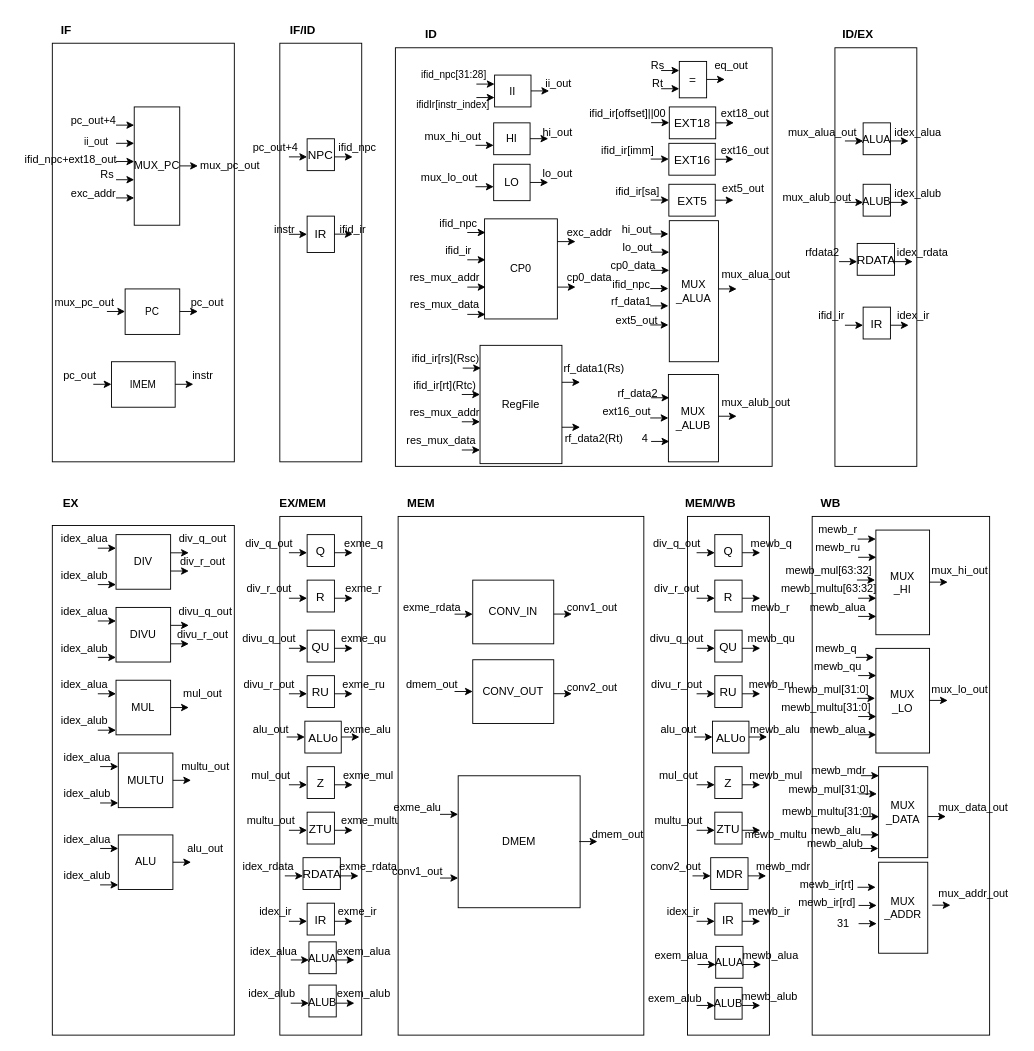
Raxio-Z/VGA_Game keeps this draw.io diagram as 未命名绘图.drawio. Above is the earlier version. Source tidied: cells renumbered, new cells numbered last; positions are measured from the earlier drawing's top-left corner, leaving out a move shared by most shapes. Both pictures are drawn from the tidied source at 91%, with x=0, y=0 at pixel (15, 15).
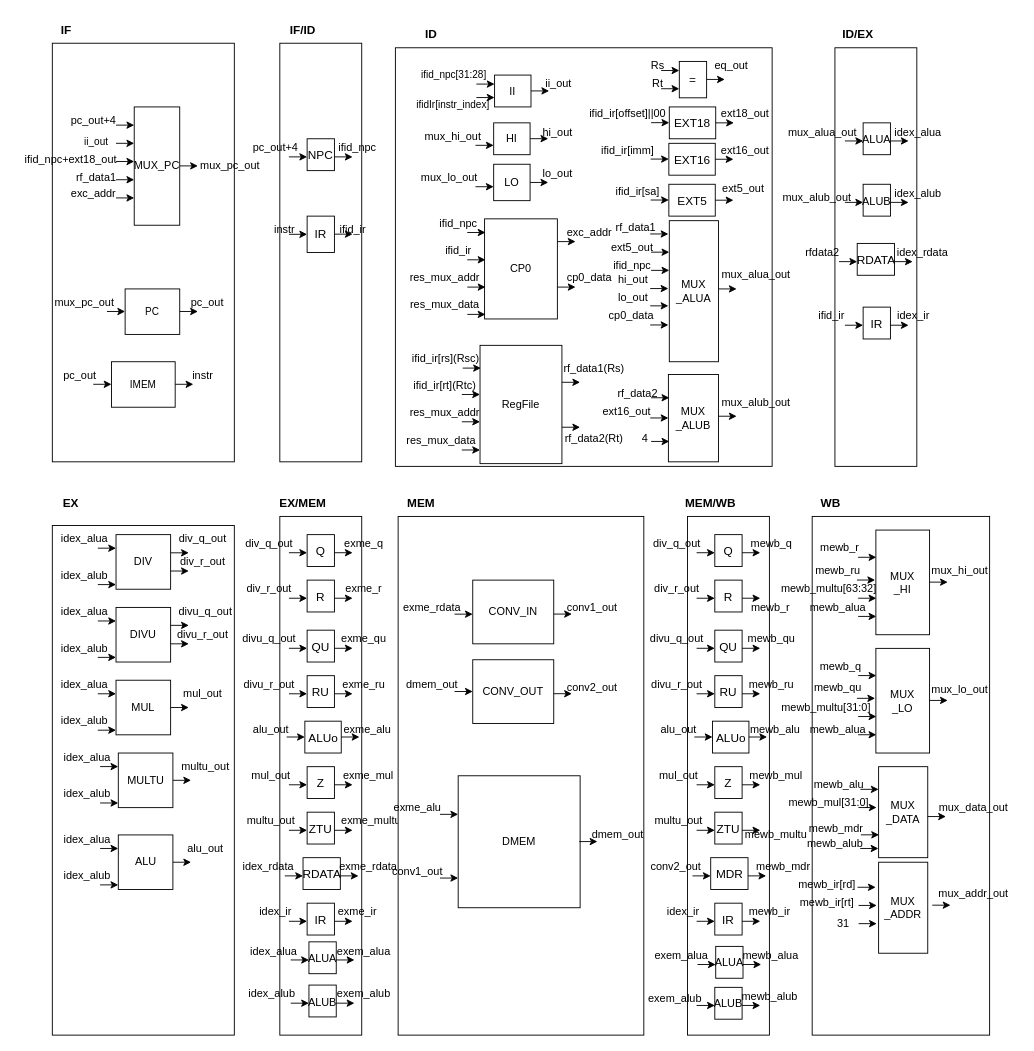
After the change.

Commit message:
更新未命名绘图.drawio

What changed in the source:
```diff
@@
-    <mxCell id="12" value="Rs" style="text;html=1;align=center;verticalAlign=middle;fillColor=none;strokeColor=none;rounded=0;" parent="1" vertex="1">
-      <mxGeometry x="80" y="160" width="40" height="30" as="geometry" />
+    <mxCell id="12" value="rf_data1" style="text;html=1;align=center;verticalAlign=middle;fillColor=none;strokeColor=none;rounded=0;" parent="1" vertex="1">
+      <mxGeometry x="52.5" y="163" width="70" height="30" as="geometry" />
     </mxCell>
@@
     <mxCell id="95" value="hi_out" style="text;html=1;align=center;verticalAlign=middle;fillColor=none;strokeColor=none;rounded=0;" parent="1" vertex="1">
-      <mxGeometry x="652" y="220" width="60" height="30" as="geometry" />
+      <mxGeometry x="648" y="275" width="60" height="30" as="geometry" />
     </mxCell>
@@
     <mxCell id="97" value="lo_out" style="text;html=1;align=center;verticalAlign=middle;fillColor=none;strokeColor=none;rounded=0;" parent="1" vertex="1">
-      <mxGeometry x="653" y="240" width="60" height="30" as="geometry" />
+      <mxGeometry x="648" y="295" width="60" height="30" as="geometry" />
     </mxCell>
@@
     <mxCell id="99" value="cp0_data" style="text;html=1;align=center;verticalAlign=middle;fillColor=none;strokeColor=none;rounded=0;" parent="1" vertex="1">
-      <mxGeometry x="643" y="260" width="70" height="30" as="geometry" />
+      <mxGeometry x="641" y="315" width="70" height="30" as="geometry" />
     </mxCell>
@@
     <mxCell id="101" value="ifid_npc" style="text;html=1;align=center;verticalAlign=middle;fillColor=none;strokeColor=none;rounded=0;" parent="1" vertex="1">
-      <mxGeometry x="646" y="280" width="60" height="30" as="geometry" />
+      <mxGeometry x="646.5" y="260" width="60" height="30" as="geometry" />
     </mxCell>
@@
     <mxCell id="103" value="rf_data1" style="text;html=1;align=center;verticalAlign=middle;fillColor=none;strokeColor=none;rounded=0;" parent="1" vertex="1">
-      <mxGeometry x="641" y="299" width="70" height="30" as="geometry" />
+      <mxGeometry x="646" y="217.5" width="70" height="30" as="geometry" />
     </mxCell>
@@
     <mxCell id="105" value="ext5_out" style="text;html=1;align=center;verticalAlign=middle;fillColor=none;strokeColor=none;rounded=0;" parent="1" vertex="1">
-      <mxGeometry x="647" y="320" width="70" height="30" as="geometry" />
+      <mxGeometry x="641.5" y="240" width="70" height="30" as="geometry" />
     </mxCell>
@@
     <mxCell id="298" value="mewb_ru" style="text;html=1;align=center;verticalAlign=middle;fillColor=none;strokeColor=none;rounded=0;" parent="1" vertex="1">
-      <mxGeometry x="868" y="570" width="70" height="30" as="geometry" />
+      <mxGeometry x="868" y="595" width="70" height="30" as="geometry" />
     </mxCell>
@@
-    <mxCell id="300" value="mewb_mul[63:32]" style="text;html=1;align=center;verticalAlign=middle;fillColor=none;strokeColor=none;rounded=0;" parent="1" vertex="1">
-      <mxGeometry x="833" y="595" width="120" height="30" as="geometry" />
-    </mxCell>
@@
     <mxCell id="309" value="mewb_qu" style="text;html=1;align=center;verticalAlign=middle;fillColor=none;strokeColor=none;rounded=0;" parent="1" vertex="1">
-      <mxGeometry x="863" y="700" width="80" height="30" as="geometry" />
+      <mxGeometry x="863" y="722.5" width="80" height="30" as="geometry" />
     </mxCell>
@@
-    <mxCell id="311" value="mewb_mul[31:0]" style="text;html=1;align=center;verticalAlign=middle;fillColor=none;strokeColor=none;rounded=0;" parent="1" vertex="1">
-      <mxGeometry x="838" y="725" width="110" height="30" as="geometry" />
-    </mxCell>
@@
-    <mxCell id="318" style="edgeStyle=none;orthogonalLoop=1;jettySize=auto;html=1;rounded=0;" parent="1" edge="1">
-      <mxGeometry relative="1" as="geometry">
-        <mxPoint x="925" y="574.9" as="sourcePoint" />
-        <mxPoint x="945" y="574.9" as="targetPoint" />
-      </mxGeometry>
-    </mxCell>
     <mxCell id="319" value="mewb_r" style="text;html=1;align=center;verticalAlign=middle;fillColor=none;strokeColor=none;rounded=0;" parent="1" vertex="1">
-      <mxGeometry x="867.5" y="550" width="70" height="30" as="geometry" />
+      <mxGeometry x="870" y="570" width="70" height="30" as="geometry" />
     </mxCell>
-    <mxCell id="320" style="edgeStyle=none;orthogonalLoop=1;jettySize=auto;html=1;rounded=0;" parent="1" edge="1">
-      <mxGeometry relative="1" as="geometry">
-        <mxPoint x="923" y="704.9" as="sourcePoint" />
-        <mxPoint x="943" y="704.9" as="targetPoint" />
-      </mxGeometry>
-    </mxCell>
     <mxCell id="321" value="mewb_q" style="text;html=1;align=center;verticalAlign=middle;fillColor=none;strokeColor=none;rounded=0;" parent="1" vertex="1">
-      <mxGeometry x="865.5" y="680" width="70" height="30" as="geometry" />
+      <mxGeometry x="871" y="700" width="70" height="30" as="geometry" />
     </mxCell>
@@
     <mxCell id="323" style="edgeStyle=none;orthogonalLoop=1;jettySize=auto;html=1;rounded=0;" parent="1" edge="1">
       <mxGeometry relative="1" as="geometry">
-        <mxPoint x="928.5" y="834.9" as="sourcePoint" />
-        <mxPoint x="948.5" y="834.9" as="targetPoint" />
+        <mxPoint x="928" y="849.9" as="sourcePoint" />
+        <mxPoint x="948" y="849.9" as="targetPoint" />
       </mxGeometry>
     </mxCell>
-    <mxCell id="324" value="mewb_mdr" style="text;html=1;align=center;verticalAlign=middle;fillColor=none;strokeColor=none;rounded=0;" parent="1" vertex="1">
-      <mxGeometry x="864" y="815" width="80" height="30" as="geometry" />
+    <mxCell id="324" value="mewb_alu" style="text;html=1;align=center;verticalAlign=middle;fillColor=none;strokeColor=none;rounded=0;" parent="1" vertex="1">
+      <mxGeometry x="863.5" y="830" width="80" height="30" as="geometry" />
     </mxCell>
     <mxCell id="325" style="edgeStyle=none;orthogonalLoop=1;jettySize=auto;html=1;rounded=0;" parent="1" edge="1">
       <mxGeometry relative="1" as="geometry">
-        <mxPoint x="926.2" y="854.9" as="sourcePoint" />
-        <mxPoint x="946.2" y="854.9" as="targetPoint" />
+        <mxPoint x="925.8" y="869.9" as="sourcePoint" />
+        <mxPoint x="945.8" y="869.9" as="targetPoint" />
       </mxGeometry>
     </mxCell>
     <mxCell id="326" value="mewb_mul[31:0]" style="text;html=1;align=center;verticalAlign=middle;fillColor=none;strokeColor=none;rounded=0;" parent="1" vertex="1">
-      <mxGeometry x="838" y="835" width="110" height="30" as="geometry" />
+      <mxGeometry x="837.5" y="850" width="110" height="30" as="geometry" />
     </mxCell>
-    <mxCell id="327" style="edgeStyle=none;orthogonalLoop=1;jettySize=auto;html=1;rounded=0;" parent="1" edge="1">
-      <mxGeometry relative="1" as="geometry">
-        <mxPoint x="928.5" y="879.9" as="sourcePoint" />
-        <mxPoint x="948.5" y="879.9" as="targetPoint" />
-      </mxGeometry>
-    </mxCell>
-    <mxCell id="328" value="mewb_multu[31:0]" style="text;html=1;align=center;verticalAlign=middle;fillColor=none;strokeColor=none;rounded=0;" parent="1" vertex="1">
-      <mxGeometry x="831" y="860" width="120" height="30" as="geometry" />
-    </mxCell>
@@
-    <mxCell id="330" value="mewb_alu" style="text;html=1;align=center;verticalAlign=middle;fillColor=none;strokeColor=none;rounded=0;" parent="1" vertex="1">
-      <mxGeometry x="861" y="880" width="80" height="30" as="geometry" />
+    <mxCell id="330" value="mewb_mdr" style="text;html=1;align=center;verticalAlign=middle;fillColor=none;strokeColor=none;rounded=0;" parent="1" vertex="1">
+      <mxGeometry x="861" y="877.5" width="80" height="30" as="geometry" />
     </mxCell>
@@
-    <mxCell id="340" value="mewb_ir[rt]" style="text;html=1;align=center;verticalAlign=middle;fillColor=none;strokeColor=none;rounded=0;" parent="1" vertex="1">
-      <mxGeometry x="851" y="940" width="80" height="30" as="geometry" />
+    <mxCell id="340" value="mewb_ir[rd]" style="text;html=1;align=center;verticalAlign=middle;fillColor=none;strokeColor=none;rounded=0;" parent="1" vertex="1">
+      <mxGeometry x="846" y="940" width="90" height="30" as="geometry" />
     </mxCell>
-    <mxCell id="341" value="mewb_ir[rd]" style="text;html=1;align=center;verticalAlign=middle;fillColor=none;strokeColor=none;rounded=0;" parent="1" vertex="1">
-      <mxGeometry x="846" y="960" width="90" height="30" as="geometry" />
+    <mxCell id="341" value="mewb_ir[rt]" style="text;html=1;align=center;verticalAlign=middle;fillColor=none;strokeColor=none;rounded=0;" parent="1" vertex="1">
+      <mxGeometry x="851" y="960" width="80" height="30" as="geometry" />
     </mxCell>
@@
     <mxCell id="375" value="mewb_alub" style="text;html=1;align=center;verticalAlign=middle;fillColor=none;strokeColor=none;rounded=0;" parent="1" vertex="1">
-      <mxGeometry x="860.2" y="895" width="80" height="30" as="geometry" />
+      <mxGeometry x="860" y="895" width="80" height="30" as="geometry" />
     </mxCell>
```
